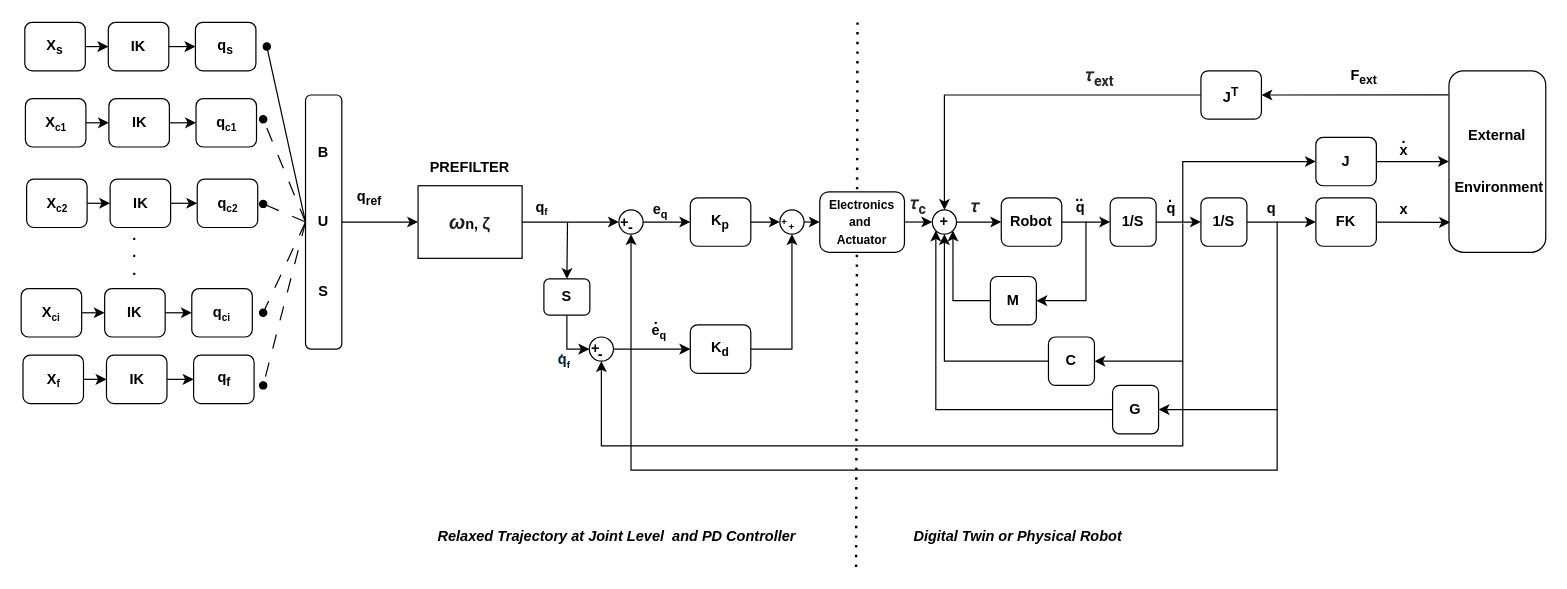
Kcygt/Trajectory_Optimization keeps this draw.io diagram as page "Page-1" (1 of 3) of October2025/drawio/Max_velocity.drawio. Above is the earlier version. Source tidied: cells renumbered, new cells numbered last; positions are measured from the earlier drawing's top-left corner, leaving out a move shared by most shapes. Both pictures are drawn from the tidied source at 121%, with x=0, y=0 at pixel (21, 22).
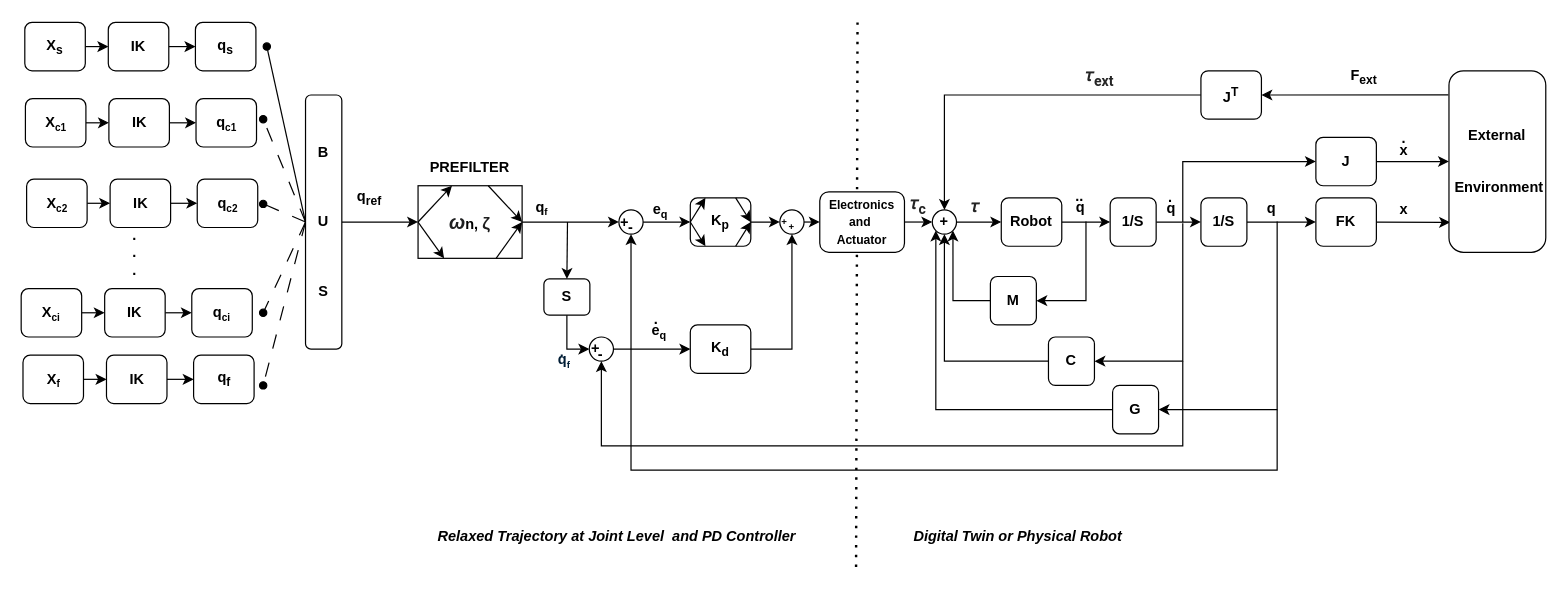
After the change.

Unchanged cells that the change refers to:
```xml
<mxCell id="22" value="&lt;span&gt;&lt;i style=&quot;color: rgb(32, 33, 34); font-family: sans-serif; font-size: 16px; text-align: start; text-wrap-mode: nowrap; background-color: rgb(255, 255, 255);&quot;&gt;ω&lt;/i&gt;n,&amp;nbsp;&lt;span style=&quot;color: rgb(31, 31, 31); font-family: &amp;quot;Google Sans&amp;quot;, Arial, sans-serif; font-size: 14px; text-align: start; background-color: rgb(255, 255, 255);&quot;&gt;ζ&lt;/span&gt;&lt;/span&gt;" style="whiteSpace=wrap;html=1;fontStyle=1;" parent="1" vertex="1">
  <mxGeometry x="328" y="135" width="86" height="60" as="geometry" />
</mxCell>
<mxCell id="23" value="&lt;span&gt;PREFILTER&lt;/span&gt;" style="text;html=1;whiteSpace=wrap;strokeColor=none;fillColor=none;align=center;verticalAlign=middle;rounded=0;fontStyle=1;" parent="1" vertex="1">
  <mxGeometry x="341" y="105" width="60" height="30" as="geometry" />
</mxCell>
<mxCell id="25" value="&lt;span&gt;K&lt;sub&gt;p&lt;/sub&gt;&lt;/span&gt;" style="rounded=1;whiteSpace=wrap;html=1;fontStyle=1;" parent="1" vertex="1">
  <mxGeometry x="553" y="145" width="50" height="40" as="geometry" />
</mxCell>
```

Diff of the diagram source:
```diff
@@
+    <mxCell id="110" style="rounded=0;jettySize=auto;html=1;exitX=0;exitY=0.5;exitDx=0;exitDy=0;entryX=0.25;entryY=1;entryDx=0;entryDy=0;" parent="1" edge="1" source="22" target="23">
+      <mxGeometry relative="1" as="geometry" />
+    </mxCell>
+    <mxCell id="111" style="rounded=0;jettySize=auto;html=1;exitX=0.75;exitY=1;exitDx=0;exitDy=0;entryX=1;entryY=0.5;entryDx=0;entryDy=0;" parent="1" edge="1" source="23" target="22">
+      <mxGeometry relative="1" as="geometry" />
+    </mxCell>
@@
+    <mxCell id="112" style="rounded=0;orthogonalLoop=1;jettySize=auto;html=1;exitX=0;exitY=0.5;exitDx=0;exitDy=0;entryX=0.25;entryY=1;entryDx=0;entryDy=0;" parent="1" edge="1" source="22" target="22">
+      <mxGeometry relative="1" as="geometry" />
+    </mxCell>
+    <mxCell id="113" style="rounded=0;orthogonalLoop=1;jettySize=auto;html=1;exitX=0.75;exitY=1;exitDx=0;exitDy=0;entryX=1;entryY=0.5;entryDx=0;entryDy=0;" parent="1" edge="1" source="22" target="22">
+      <mxGeometry relative="1" as="geometry" />
+    </mxCell>
+    <mxCell id="114" style="rounded=0;orthogonalLoop=1;jettySize=auto;html=1;exitX=0;exitY=0.5;exitDx=0;exitDy=0;entryX=0.25;entryY=0;entryDx=0;entryDy=0;" parent="1" edge="1" source="25" target="25">
+      <mxGeometry relative="1" as="geometry" />
+    </mxCell>
+    <mxCell id="115" style="rounded=0;orthogonalLoop=1;jettySize=auto;html=1;exitX=0;exitY=0.5;exitDx=0;exitDy=0;entryX=0.25;entryY=1;entryDx=0;entryDy=0;" parent="1" edge="1" source="25" target="25">
+      <mxGeometry relative="1" as="geometry" />
+    </mxCell>
+    <mxCell id="116" style="rounded=0;orthogonalLoop=1;jettySize=auto;html=1;exitX=0.75;exitY=0;exitDx=0;exitDy=0;entryX=1;entryY=0.5;entryDx=0;entryDy=0;" parent="1" edge="1" source="25" target="25">
+      <mxGeometry relative="1" as="geometry" />
+    </mxCell>
+    <mxCell id="117" style="rounded=0;orthogonalLoop=1;jettySize=auto;html=1;exitX=0.75;exitY=1;exitDx=0;exitDy=0;entryX=1;entryY=0.5;entryDx=0;entryDy=0;" parent="1" edge="1" source="25" target="25">
+      <mxGeometry relative="1" as="geometry" />
+    </mxCell>
```
